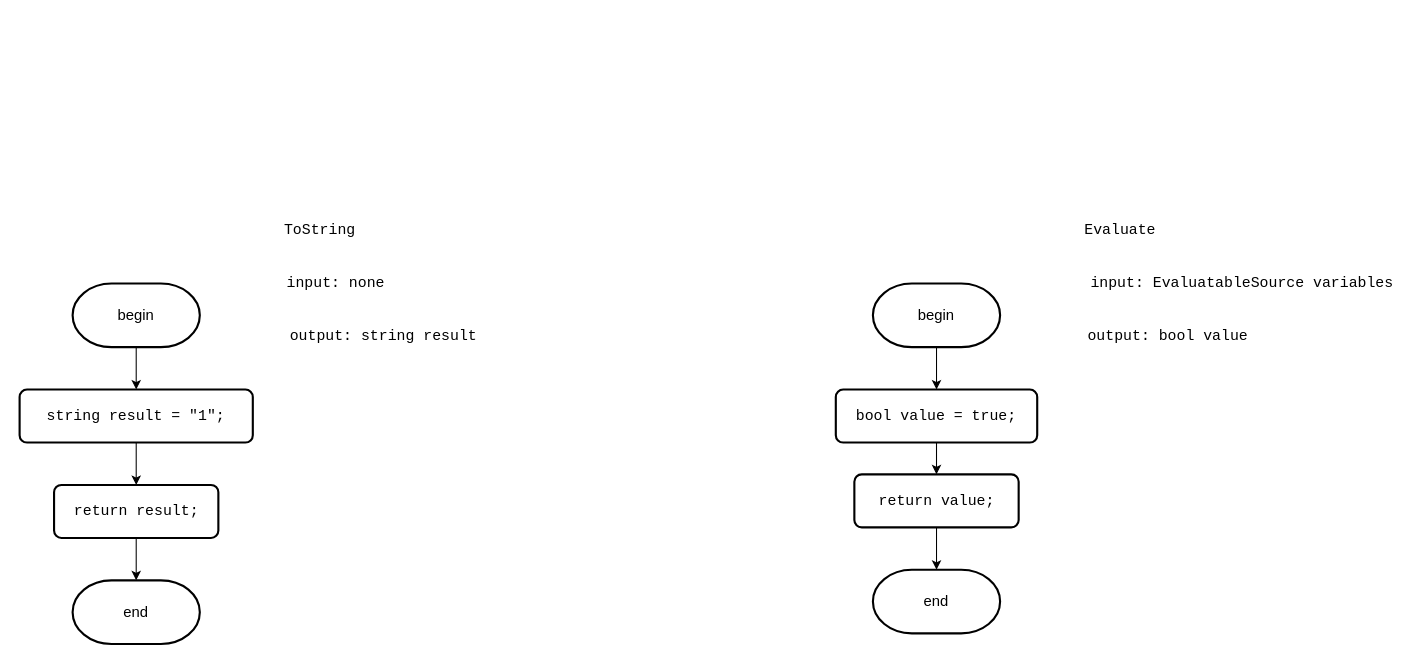
Above: Diagrams/truth.drawio in slavikovics/FictionalVariables (draw.io), before the change. Source tidied: cells renumbered, new cells numbered last; positions are measured from the earlier drawing's top-left corner, leaving out a move shared by most shapes. Both pictures are drawn from the tidied source at 106%, with x=0, y=0 at pixel (19, 198).
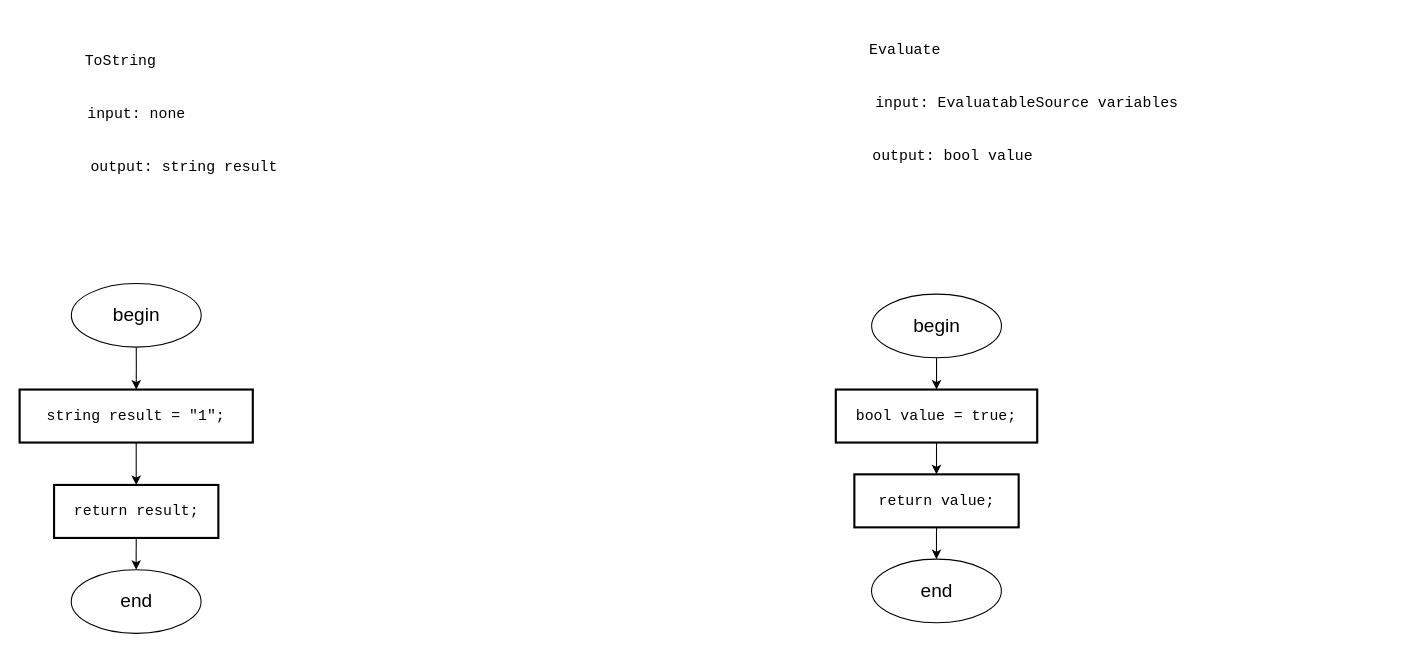
After the change.

What changed in the source:
```diff
@@
     <mxCell id="2" value="&lt;pre style=&quot;font-family: &amp;quot;JetBrains Mono&amp;quot;, monospace;&quot;&gt;Evaluate&lt;/pre&gt;" style="text;html=1;align=center;verticalAlign=middle;strokeColor=none;fillColor=none;fontSize=14;labelBackgroundColor=none;fontColor=#000000;" parent="1" vertex="1">
-      <mxGeometry x="992.5" width="90" height="60" as="geometry" />
+      <mxGeometry x="790" y="-170" width="90" height="60" as="geometry" />
     </mxCell>
-    <mxCell id="3" style="edgeStyle=orthogonalEdgeStyle;rounded=0;jettySize=auto;html=1;exitX=0.5;exitY=1;exitDx=0;exitDy=0;exitPerimeter=0;entryX=0.5;entryY=0;entryDx=0;entryDy=0;fontSize=14;labelBackgroundColor=none;fontColor=#000000;" parent="1" edge="1" source="4" target="6">
-      <mxGeometry relative="1" as="geometry" />
-    </mxCell>
-    <mxCell id="4" value="begin" style="strokeWidth=2;html=1;shape=mxgraph.flowchart.terminator;whiteSpace=wrap;fontSize=14;labelBackgroundColor=none;fontColor=#000000;" parent="1" vertex="1">
-      <mxGeometry x="805" y="80" width="120" height="60" as="geometry" />
-    </mxCell>
@@
-    <mxCell id="6" value="&lt;div style=&quot;&quot;&gt;&lt;pre style=&quot;font-family: &amp;quot;JetBrains Mono&amp;quot;, monospace;&quot;&gt;&lt;pre style=&quot;font-family: &amp;quot;JetBrains Mono&amp;quot;, monospace;&quot;&gt;&lt;pre style=&quot;font-family: &amp;quot;JetBrains Mono&amp;quot;, monospace;&quot;&gt;&lt;pre style=&quot;font-family: &amp;quot;JetBrains Mono&amp;quot;, monospace;&quot;&gt;&lt;div&gt;&lt;pre style=&quot;font-family: &amp;quot;JetBrains Mono&amp;quot;, monospace;&quot;&gt;&lt;span style=&quot;&quot;&gt;bool &lt;/span&gt;&lt;span style=&quot;&quot;&gt;value &lt;/span&gt;= &lt;span style=&quot;&quot;&gt;true&lt;/span&gt;;&lt;/pre&gt;&lt;/div&gt;&lt;/pre&gt;&lt;/pre&gt;&lt;/pre&gt;&lt;/pre&gt;&lt;/div&gt;" style="rounded=1;whiteSpace=wrap;html=1;absoluteArcSize=1;arcSize=14;strokeWidth=2;fontSize=14;labelBackgroundColor=none;fontColor=#000000;" parent="1" vertex="1">
+    <mxCell id="6" value="&lt;div style=&quot;&quot;&gt;&lt;pre style=&quot;font-family: &amp;quot;JetBrains Mono&amp;quot;, monospace;&quot;&gt;&lt;pre style=&quot;font-family: &amp;quot;JetBrains Mono&amp;quot;, monospace;&quot;&gt;&lt;pre style=&quot;font-family: &amp;quot;JetBrains Mono&amp;quot;, monospace;&quot;&gt;&lt;pre style=&quot;font-family: &amp;quot;JetBrains Mono&amp;quot;, monospace;&quot;&gt;&lt;div&gt;&lt;pre style=&quot;font-family: &amp;quot;JetBrains Mono&amp;quot;, monospace;&quot;&gt;&lt;span style=&quot;&quot;&gt;bool &lt;/span&gt;&lt;span style=&quot;&quot;&gt;value &lt;/span&gt;= &lt;span style=&quot;&quot;&gt;true&lt;/span&gt;;&lt;/pre&gt;&lt;/div&gt;&lt;/pre&gt;&lt;/pre&gt;&lt;/pre&gt;&lt;/pre&gt;&lt;/div&gt;" style="rounded=0;whiteSpace=wrap;html=1;absoluteArcSize=1;arcSize=14;strokeWidth=2;fontSize=14;labelBackgroundColor=none;fontColor=#000000;" parent="1" vertex="1">
       <mxGeometry x="770" y="180" width="190" height="50" as="geometry" />
     </mxCell>
     <mxCell id="7" value="&lt;pre style=&quot;font-family: &amp;quot;JetBrains Mono&amp;quot;, monospace;&quot;&gt;input: EvaluatableSource variables&lt;/pre&gt;" style="text;html=1;align=center;verticalAlign=middle;strokeColor=none;fillColor=none;fontSize=14;labelBackgroundColor=none;fontColor=#000000;" parent="1" vertex="1">
-      <mxGeometry x="1007.5" y="50" width="290" height="60" as="geometry" />
+      <mxGeometry x="805" y="-120" width="290" height="60" as="geometry" />
     </mxCell>
     <mxCell id="8" value="&lt;pre style=&quot;font-family: &amp;quot;JetBrains Mono&amp;quot;, monospace;&quot;&gt;output: bool value&lt;/pre&gt;" style="text;html=1;align=center;verticalAlign=middle;strokeColor=none;fillColor=none;fontSize=14;labelBackgroundColor=none;fontColor=#000000;" parent="1" vertex="1">
-      <mxGeometry x="1002.5" y="100" width="160" height="60" as="geometry" />
+      <mxGeometry x="800" y="-70" width="160" height="60" as="geometry" />
     </mxCell>
-    <mxCell id="9" value="end" style="strokeWidth=2;html=1;shape=mxgraph.flowchart.terminator;whiteSpace=wrap;fontSize=14;labelBackgroundColor=none;fontColor=#000000;" parent="1" vertex="1">
-      <mxGeometry x="805" y="350" width="120" height="60" as="geometry" />
-    </mxCell>
     <mxCell id="10" value="&lt;pre style=&quot;font-family: &amp;quot;JetBrains Mono&amp;quot;, monospace;&quot;&gt;ToString&lt;/pre&gt;" style="text;html=1;align=center;verticalAlign=middle;strokeColor=none;fillColor=none;fontSize=14;labelBackgroundColor=none;fontColor=#000000;" parent="1" vertex="1">
-      <mxGeometry x="237.5" width="90" height="60" as="geometry" />
+      <mxGeometry x="50" y="-160" width="90" height="60" as="geometry" />
     </mxCell>
-    <mxCell id="11" style="edgeStyle=orthogonalEdgeStyle;rounded=0;jettySize=auto;html=1;exitX=0.5;exitY=1;exitDx=0;exitDy=0;exitPerimeter=0;entryX=0.5;entryY=0;entryDx=0;entryDy=0;fontSize=14;labelBackgroundColor=none;fontColor=#000000;" parent="1" edge="1" source="12" target="14">
-      <mxGeometry relative="1" as="geometry" />
-    </mxCell>
-    <mxCell id="12" value="begin" style="strokeWidth=2;html=1;shape=mxgraph.flowchart.terminator;whiteSpace=wrap;fontSize=14;labelBackgroundColor=none;fontColor=#000000;" parent="1" vertex="1">
-      <mxGeometry x="50" y="80" width="120" height="60" as="geometry" />
-    </mxCell>
@@
-    <mxCell id="14" value="&lt;div style=&quot;&quot;&gt;&lt;pre style=&quot;font-family: &amp;quot;JetBrains Mono&amp;quot;, monospace;&quot;&gt;&lt;pre style=&quot;font-family: &amp;quot;JetBrains Mono&amp;quot;, monospace;&quot;&gt;&lt;pre style=&quot;font-family: &amp;quot;JetBrains Mono&amp;quot;, monospace;&quot;&gt;&lt;pre style=&quot;font-family: &amp;quot;JetBrains Mono&amp;quot;, monospace;&quot;&gt;&lt;pre style=&quot;font-family: &amp;quot;JetBrains Mono&amp;quot;, monospace;&quot;&gt;&lt;div&gt;&lt;pre style=&quot;font-family: &amp;quot;JetBrains Mono&amp;quot;, monospace;&quot;&gt;&lt;span style=&quot;&quot;&gt;string &lt;/span&gt;&lt;span style=&quot;&quot;&gt;result &lt;/span&gt;= &lt;span style=&quot;&quot;&gt;&quot;1&quot;&lt;/span&gt;;&lt;/pre&gt;&lt;/div&gt;&lt;/pre&gt;&lt;/pre&gt;&lt;/pre&gt;&lt;/pre&gt;&lt;/pre&gt;&lt;/div&gt;" style="rounded=1;whiteSpace=wrap;html=1;absoluteArcSize=1;arcSize=14;strokeWidth=2;fontSize=14;labelBackgroundColor=none;fontColor=#000000;" parent="1" vertex="1">
+    <mxCell id="14" value="&lt;div style=&quot;&quot;&gt;&lt;pre style=&quot;font-family: &amp;quot;JetBrains Mono&amp;quot;, monospace;&quot;&gt;&lt;pre style=&quot;font-family: &amp;quot;JetBrains Mono&amp;quot;, monospace;&quot;&gt;&lt;pre style=&quot;font-family: &amp;quot;JetBrains Mono&amp;quot;, monospace;&quot;&gt;&lt;pre style=&quot;font-family: &amp;quot;JetBrains Mono&amp;quot;, monospace;&quot;&gt;&lt;pre style=&quot;font-family: &amp;quot;JetBrains Mono&amp;quot;, monospace;&quot;&gt;&lt;div&gt;&lt;pre style=&quot;font-family: &amp;quot;JetBrains Mono&amp;quot;, monospace;&quot;&gt;&lt;span style=&quot;&quot;&gt;string &lt;/span&gt;&lt;span style=&quot;&quot;&gt;result &lt;/span&gt;= &lt;span style=&quot;&quot;&gt;&quot;1&quot;&lt;/span&gt;;&lt;/pre&gt;&lt;/div&gt;&lt;/pre&gt;&lt;/pre&gt;&lt;/pre&gt;&lt;/pre&gt;&lt;/pre&gt;&lt;/div&gt;" style="rounded=0;whiteSpace=wrap;html=1;absoluteArcSize=1;arcSize=14;strokeWidth=2;fontSize=14;labelBackgroundColor=none;fontColor=#000000;" parent="1" vertex="1">
       <mxGeometry y="180" width="220" height="50" as="geometry" />
     </mxCell>
     <mxCell id="15" value="&lt;pre style=&quot;font-family: &amp;quot;JetBrains Mono&amp;quot;, monospace;&quot;&gt;input: none&lt;/pre&gt;" style="text;html=1;align=center;verticalAlign=middle;strokeColor=none;fillColor=none;fontSize=14;labelBackgroundColor=none;fontColor=#000000;" parent="1" vertex="1">
-      <mxGeometry x="242.5" y="50" width="110" height="60" as="geometry" />
+      <mxGeometry x="55" y="-110" width="110" height="60" as="geometry" />
     </mxCell>
     <mxCell id="16" value="&lt;pre style=&quot;font-family: &amp;quot;JetBrains Mono&amp;quot;, monospace;&quot;&gt;output: string result&lt;/pre&gt;" style="text;html=1;align=center;verticalAlign=middle;strokeColor=none;fillColor=none;fontSize=14;labelBackgroundColor=none;fontColor=#000000;" parent="1" vertex="1">
-      <mxGeometry x="247.5" y="100" width="190" height="60" as="geometry" />
+      <mxGeometry x="60" y="-60" width="190" height="60" as="geometry" />
     </mxCell>
-    <mxCell id="17" value="end" style="strokeWidth=2;html=1;shape=mxgraph.flowchart.terminator;whiteSpace=wrap;fontSize=14;labelBackgroundColor=none;fontColor=#000000;" parent="1" vertex="1">
-      <mxGeometry x="50" y="360" width="120" height="60" as="geometry" />
-    </mxCell>
+    <mxCell id="22" style="edgeStyle=orthogonalEdgeStyle;rounded=0;jettySize=auto;html=1;exitX=0.5;exitY=1;exitDx=0;exitDy=0;entryX=0.5;entryY=0;entryDx=0;entryDy=0;" parent="1" edge="1" source="18" target="26">
+      <mxGeometry relative="1" as="geometry" />
+    </mxCell>
-    <mxCell id="18" value="&lt;div style=&quot;&quot;&gt;&lt;pre style=&quot;font-family: &amp;quot;JetBrains Mono&amp;quot;, monospace;&quot;&gt;&lt;pre style=&quot;font-family: &amp;quot;JetBrains Mono&amp;quot;, monospace;&quot;&gt;&lt;pre style=&quot;font-family: &amp;quot;JetBrains Mono&amp;quot;, monospace;&quot;&gt;&lt;pre style=&quot;font-family: &amp;quot;JetBrains Mono&amp;quot;, monospace;&quot;&gt;&lt;pre style=&quot;font-family: &amp;quot;JetBrains Mono&amp;quot;, monospace;&quot;&gt;&lt;pre style=&quot;font-family: &amp;quot;JetBrains Mono&amp;quot;, monospace;&quot;&gt;&lt;div&gt;&lt;pre style=&quot;font-family: &amp;quot;JetBrains Mono&amp;quot;, monospace;&quot;&gt;&lt;span style=&quot;&quot;&gt;return &lt;/span&gt;result;&lt;/pre&gt;&lt;/div&gt;&lt;/pre&gt;&lt;/pre&gt;&lt;/pre&gt;&lt;/pre&gt;&lt;/pre&gt;&lt;/pre&gt;&lt;/div&gt;" style="rounded=1;whiteSpace=wrap;html=1;absoluteArcSize=1;arcSize=14;strokeWidth=2;fontSize=14;labelBackgroundColor=none;fontColor=#000000;" parent="1" vertex="1">
+    <mxCell id="18" value="&lt;div style=&quot;&quot;&gt;&lt;pre style=&quot;font-family: &amp;quot;JetBrains Mono&amp;quot;, monospace;&quot;&gt;&lt;pre style=&quot;font-family: &amp;quot;JetBrains Mono&amp;quot;, monospace;&quot;&gt;&lt;pre style=&quot;font-family: &amp;quot;JetBrains Mono&amp;quot;, monospace;&quot;&gt;&lt;pre style=&quot;font-family: &amp;quot;JetBrains Mono&amp;quot;, monospace;&quot;&gt;&lt;pre style=&quot;font-family: &amp;quot;JetBrains Mono&amp;quot;, monospace;&quot;&gt;&lt;pre style=&quot;font-family: &amp;quot;JetBrains Mono&amp;quot;, monospace;&quot;&gt;&lt;div&gt;&lt;pre style=&quot;font-family: &amp;quot;JetBrains Mono&amp;quot;, monospace;&quot;&gt;&lt;span style=&quot;&quot;&gt;return &lt;/span&gt;result;&lt;/pre&gt;&lt;/div&gt;&lt;/pre&gt;&lt;/pre&gt;&lt;/pre&gt;&lt;/pre&gt;&lt;/pre&gt;&lt;/pre&gt;&lt;/div&gt;" style="rounded=0;whiteSpace=wrap;html=1;absoluteArcSize=1;arcSize=14;strokeWidth=2;fontSize=14;labelBackgroundColor=none;fontColor=#000000;" parent="1" vertex="1">
       <mxGeometry x="32.5" y="270" width="155" height="50" as="geometry" />
     </mxCell>
-    <mxCell id="19" style="edgeStyle=orthogonalEdgeStyle;rounded=0;jettySize=auto;html=1;exitX=0.5;exitY=1;exitDx=0;exitDy=0;entryX=0.5;entryY=0;entryDx=0;entryDy=0;entryPerimeter=0;fontSize=14;labelBackgroundColor=none;fontColor=#000000;" parent="1" edge="1" source="18" target="17">
-      <mxGeometry relative="1" as="geometry" />
-    </mxCell>
+    <mxCell id="23" style="edgeStyle=orthogonalEdgeStyle;rounded=0;jettySize=auto;html=1;exitX=0.5;exitY=1;exitDx=0;exitDy=0;entryX=0.5;entryY=0;entryDx=0;entryDy=0;" parent="1" edge="1" source="20" target="29">
+      <mxGeometry relative="1" as="geometry" />
+    </mxCell>
-    <mxCell id="20" value="&lt;div style=&quot;&quot;&gt;&lt;pre style=&quot;font-family: &amp;quot;JetBrains Mono&amp;quot;, monospace;&quot;&gt;&lt;pre style=&quot;font-family: &amp;quot;JetBrains Mono&amp;quot;, monospace;&quot;&gt;&lt;pre style=&quot;font-family: &amp;quot;JetBrains Mono&amp;quot;, monospace;&quot;&gt;&lt;pre style=&quot;font-family: &amp;quot;JetBrains Mono&amp;quot;, monospace;&quot;&gt;&lt;pre style=&quot;font-family: &amp;quot;JetBrains Mono&amp;quot;, monospace;&quot;&gt;&lt;pre style=&quot;font-family: &amp;quot;JetBrains Mono&amp;quot;, monospace;&quot;&gt;&lt;pre style=&quot;font-family: &amp;quot;JetBrains Mono&amp;quot;, monospace;&quot;&gt;&lt;div&gt;&lt;pre style=&quot;font-family: &amp;quot;JetBrains Mono&amp;quot;, monospace;&quot;&gt;&lt;span style=&quot;&quot;&gt;return &lt;/span&gt;&lt;span style=&quot;&quot;&gt;value&lt;/span&gt;;&lt;/pre&gt;&lt;/div&gt;&lt;/pre&gt;&lt;/pre&gt;&lt;/pre&gt;&lt;/pre&gt;&lt;/pre&gt;&lt;/pre&gt;&lt;/pre&gt;&lt;/div&gt;" style="rounded=1;whiteSpace=wrap;html=1;absoluteArcSize=1;arcSize=14;strokeWidth=2;fontSize=14;labelBackgroundColor=none;fontColor=#000000;" parent="1" vertex="1">
+    <mxCell id="20" value="&lt;div style=&quot;&quot;&gt;&lt;pre style=&quot;font-family: &amp;quot;JetBrains Mono&amp;quot;, monospace;&quot;&gt;&lt;pre style=&quot;font-family: &amp;quot;JetBrains Mono&amp;quot;, monospace;&quot;&gt;&lt;pre style=&quot;font-family: &amp;quot;JetBrains Mono&amp;quot;, monospace;&quot;&gt;&lt;pre style=&quot;font-family: &amp;quot;JetBrains Mono&amp;quot;, monospace;&quot;&gt;&lt;pre style=&quot;font-family: &amp;quot;JetBrains Mono&amp;quot;, monospace;&quot;&gt;&lt;pre style=&quot;font-family: &amp;quot;JetBrains Mono&amp;quot;, monospace;&quot;&gt;&lt;pre style=&quot;font-family: &amp;quot;JetBrains Mono&amp;quot;, monospace;&quot;&gt;&lt;div&gt;&lt;pre style=&quot;font-family: &amp;quot;JetBrains Mono&amp;quot;, monospace;&quot;&gt;&lt;span style=&quot;&quot;&gt;return &lt;/span&gt;&lt;span style=&quot;&quot;&gt;value&lt;/span&gt;;&lt;/pre&gt;&lt;/div&gt;&lt;/pre&gt;&lt;/pre&gt;&lt;/pre&gt;&lt;/pre&gt;&lt;/pre&gt;&lt;/pre&gt;&lt;/pre&gt;&lt;/div&gt;" style="rounded=0;whiteSpace=wrap;html=1;absoluteArcSize=1;arcSize=14;strokeWidth=2;fontSize=14;labelBackgroundColor=none;fontColor=#000000;" parent="1" vertex="1">
       <mxGeometry x="787.5" y="260" width="155" height="50" as="geometry" />
     </mxCell>
-    <mxCell id="21" style="edgeStyle=orthogonalEdgeStyle;rounded=0;jettySize=auto;html=1;exitX=0.5;exitY=1;exitDx=0;exitDy=0;entryX=0.5;entryY=0;entryDx=0;entryDy=0;entryPerimeter=0;fontSize=14;labelBackgroundColor=none;fontColor=#000000;" parent="1" edge="1" source="20" target="9">
-      <mxGeometry relative="1" as="geometry" />
-    </mxCell>
+    <mxCell id="24" style="edgeStyle=orthogonalEdgeStyle;rounded=0;jettySize=auto;html=1;exitX=0.5;exitY=1;exitDx=0;exitDy=0;entryX=0.5;entryY=0;entryDx=0;entryDy=0;" parent="1" edge="1" source="25" target="14">
+      <mxGeometry relative="1" as="geometry" />
+    </mxCell>
+    <mxCell id="25" value="&lt;font style=&quot;font-size: 18px;&quot;&gt;begin&lt;/font&gt;" style="ellipse;whiteSpace=wrap;html=1;" parent="1" vertex="1">
+      <mxGeometry x="48.8" y="80" width="122.5" height="60" as="geometry" />
+    </mxCell>
+    <mxCell id="26" value="&lt;font style=&quot;font-size: 18px;&quot;&gt;end&lt;/font&gt;" style="ellipse;whiteSpace=wrap;html=1;" parent="1" vertex="1">
+      <mxGeometry x="48.7" y="350" width="122.5" height="60" as="geometry" />
+    </mxCell>
+    <mxCell id="27" style="edgeStyle=orthogonalEdgeStyle;rounded=0;jettySize=auto;html=1;exitX=0.5;exitY=1;exitDx=0;exitDy=0;entryX=0.5;entryY=0;entryDx=0;entryDy=0;" parent="1" edge="1" source="28" target="6">
+      <mxGeometry relative="1" as="geometry" />
+    </mxCell>
+    <mxCell id="28" value="&lt;font style=&quot;font-size: 18px;&quot;&gt;begin&lt;/font&gt;" style="ellipse;whiteSpace=wrap;html=1;" parent="1" vertex="1">
+      <mxGeometry x="803.8" y="90" width="122.5" height="60" as="geometry" />
+    </mxCell>
+    <mxCell id="29" value="&lt;font style=&quot;font-size: 18px;&quot;&gt;end&lt;/font&gt;" style="ellipse;whiteSpace=wrap;html=1;" parent="1" vertex="1">
+      <mxGeometry x="803.7" y="340" width="122.5" height="60" as="geometry" />
+    </mxCell>
```
